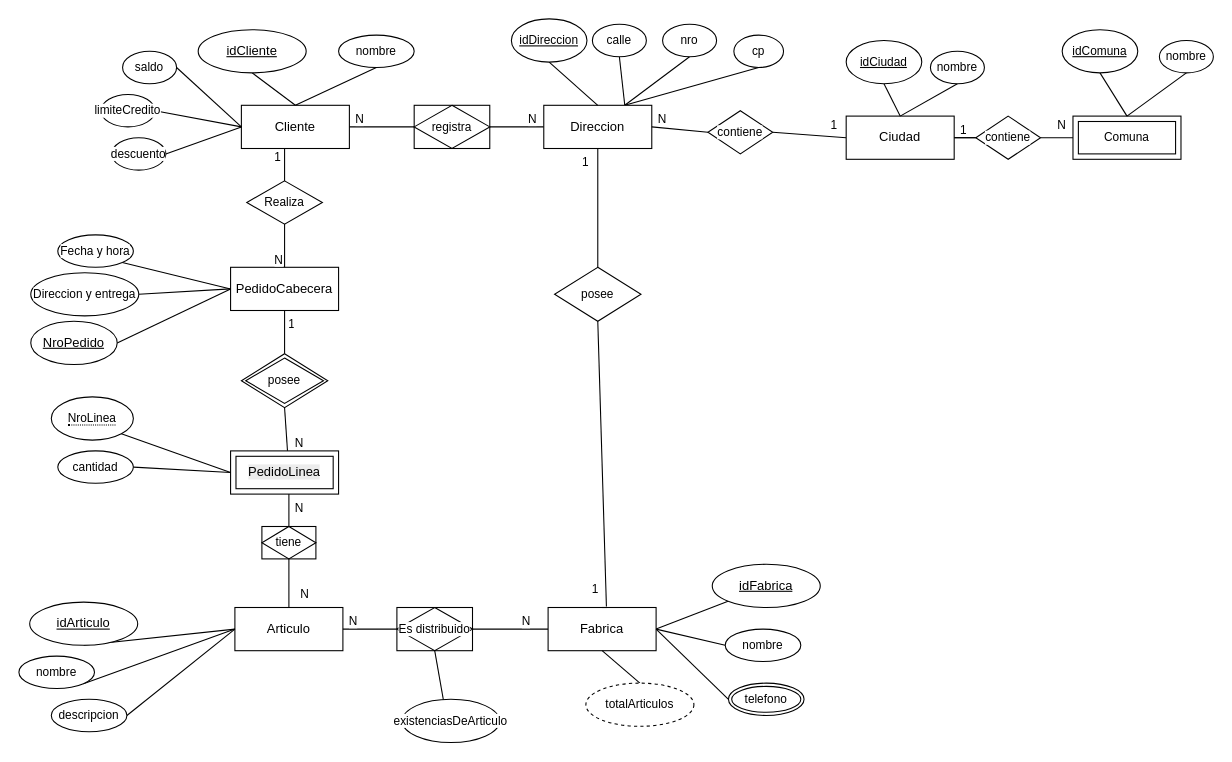
This is ej9.drawio from Donnie-MS/DiagramasUML-BaseDeDatos-Objetos2, a draw.io file, before an edit. Source tidied: cells renumbered, new cells numbered last; positions are measured from the earlier drawing's top-left corner, leaving out a move shared by most shapes. Both pictures are drawn from the tidied source at 108%, with x=0, y=0 at pixel (18, 18).
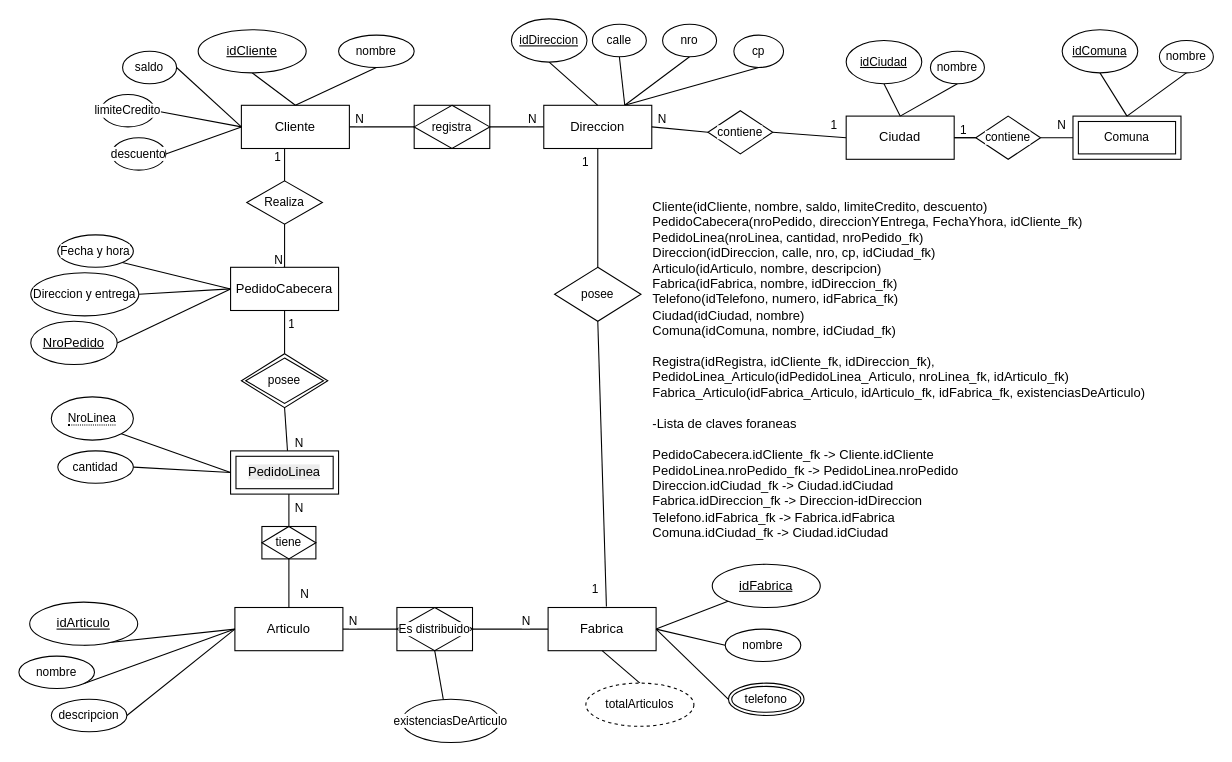
After the change.

Diff of the diagram source:
```diff
@@
+    <mxCell id="105" value="Cliente(idCliente, nombre, saldo, limiteCredito, descuento)&lt;div&gt;PedidoCabecera(nroPedido, direccionYEntrega, FechaYhora, idCliente_fk)&lt;/div&gt;&lt;div&gt;PedidoLinea(nroLinea, cantidad, nroPedido_fk)&lt;/div&gt;&lt;div&gt;Direccion(idDireccion, calle, nro, cp, idCiudad_fk)&lt;/div&gt;&lt;div&gt;Articulo(idArticulo, nombre, descripcion)&lt;/div&gt;&lt;div&gt;Fabrica(idFabrica, nombre, idDireccion_fk)&lt;/div&gt;&lt;div&gt;Telefono(idTelefono, numero, idFabrica_fk)&lt;/div&gt;&lt;div&gt;Ciudad(idCiudad, nombre)&lt;/div&gt;&lt;div&gt;Comuna(idComuna, nombre, idCiudad_fk)&lt;/div&gt;&lt;div&gt;&lt;br&gt;&lt;/div&gt;&lt;div&gt;Registra(idRegistra, idCliente_fk, idDireccion_fk),&lt;/div&gt;&lt;div&gt;PedidoLinea_Articulo(idPedidoLinea_Articulo, nroLinea_fk, idArticulo_fk)&lt;/div&gt;&lt;div&gt;Fabrica_Articulo(idFabrica_Articulo, idArticulo_fk, idFabrica_fk, existenciasDeArticulo)&lt;/div&gt;&lt;div&gt;&lt;br&gt;&lt;/div&gt;&lt;div&gt;-Lista de claves foraneas&lt;/div&gt;&lt;div&gt;&lt;br&gt;&lt;/div&gt;&lt;div&gt;PedidoCabecera.idCliente_fk -&amp;gt; Cliente.idCliente&lt;/div&gt;&lt;div&gt;PedidoLinea.nroPedido_fk -&amp;gt; PedidoLinea.nroPedido&lt;/div&gt;&lt;div&gt;Direccion.idCiudad_fk -&amp;gt; Ciudad.idCiudad&lt;/div&gt;&lt;div&gt;Fabrica.idDireccion_fk -&amp;gt; Direccion-idDireccion&lt;/div&gt;&lt;div&gt;Telefono.idFabrica_fk -&amp;gt; Fabrica.idFabrica&lt;/div&gt;&lt;div&gt;Comuna.idCiudad_fk -&amp;gt; Ciudad.idCiudad&lt;/div&gt;" style="text;strokeColor=none;fillColor=none;spacingLeft=4;spacingRight=4;overflow=hidden;fontSize=12;whiteSpace=wrap;html=1;" parent="1" vertex="1">
+      <mxGeometry x="581" y="160" width="470" height="350" as="geometry" />
+    </mxCell>
```
